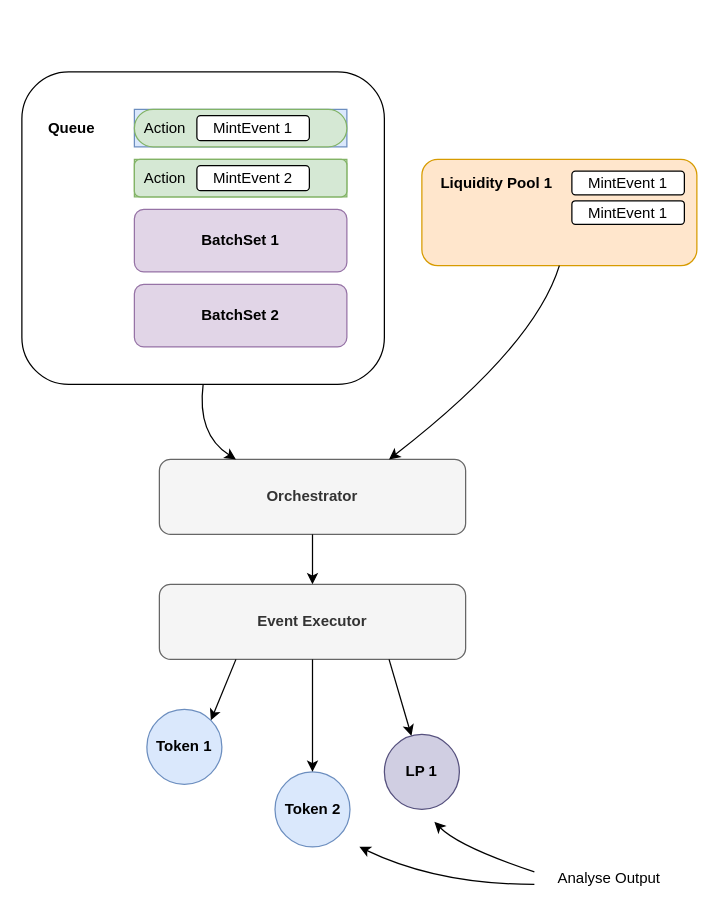
syscoin/daosys keeps this draw.io diagram as images/jupyter/tutorials/orchestrator.drawio. Above is the earlier version. Source tidied: cells renumbered, new cells numbered last; positions are measured from the earlier drawing's top-left corner, leaving out a move shared by most shapes. Both pictures are drawn from the tidied source at 125%, with x=0, y=0 at pixel (21, 71).
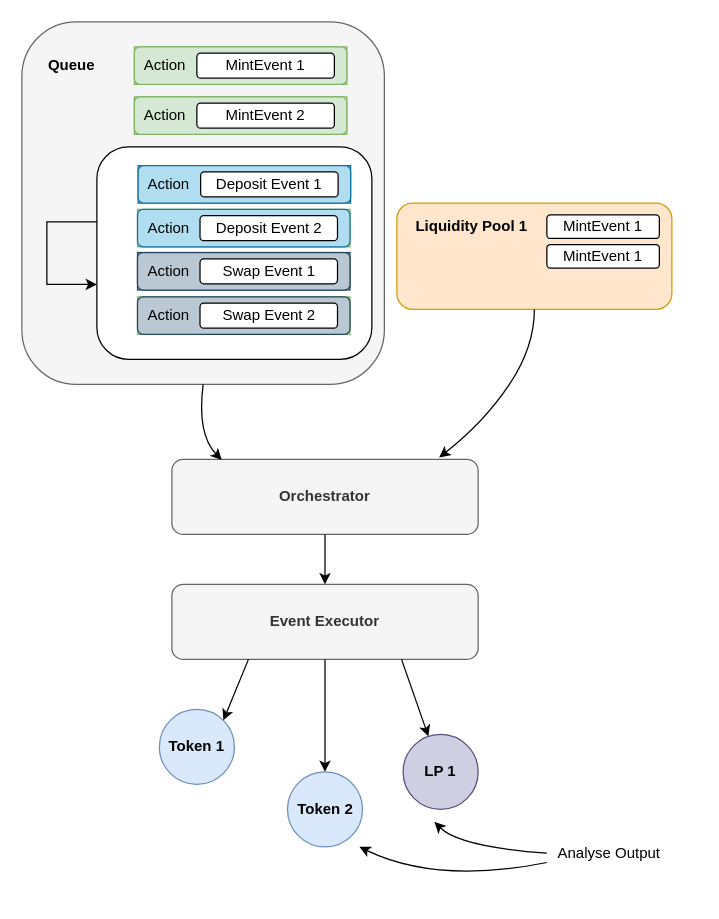
After the change.

Unchanged cells that the change refers to:
```xml
<mxCell id="15" style="rounded=1;whiteSpace=wrap;html=1;fillColor=#ffe6cc;strokeColor=#d79b00;" parent="14" vertex="1">
  <mxGeometry width="220" height="85" as="geometry" />
</mxCell>
```

Diff of the diagram source:
```diff
@@
-    <mxCell id="2" style="rounded=1;whiteSpace=wrap;html=1;" parent="1" vertex="1">
-      <mxGeometry width="290" height="250" as="geometry" />
+    <mxCell id="2" style="rounded=1;whiteSpace=wrap;html=1;fillColor=#f5f5f5;fontColor=#333333;strokeColor=#666666;" parent="1" vertex="1">
+      <mxGeometry y="-40" width="290" height="290" as="geometry" />
     </mxCell>
-    <mxCell id="3" style="group;fillColor=#dae8fc;strokeColor=#6c8ebf;" parent="1" vertex="1">
-      <mxGeometry x="90" y="30" width="170" height="30" as="geometry" />
-    </mxCell>
-    <mxCell id="4" value="&amp;nbsp; Action&amp;nbsp;" style="rounded=1;whiteSpace=wrap;html=1;align=left;fillColor=#d5e8d4;strokeColor=#82b366;arcSize=50;" parent="3" vertex="1">
-      <mxGeometry width="170" height="30" as="geometry" />
-    </mxCell>
-    <mxCell id="5" value="MintEvent 1" style="rounded=1;whiteSpace=wrap;html=1;" parent="3" vertex="1">
-      <mxGeometry x="50" y="5" width="90" height="20" as="geometry" />
-    </mxCell>
+    <mxCell id="33" style="rounded=1;whiteSpace=wrap;html=1;" parent="1" vertex="1">
+      <mxGeometry x="60" y="60" width="220" height="170" as="geometry" />
+    </mxCell>
     <mxCell id="6" style="group;fillColor=#d5e8d4;strokeColor=#82b366;" parent="1" vertex="1">
-      <mxGeometry x="90" y="70" width="170" height="30" as="geometry" />
+      <mxGeometry x="90" y="20" width="170" height="30" as="geometry" />
     </mxCell>
@@
     <mxCell id="8" value="MintEvent 2" style="rounded=1;whiteSpace=wrap;html=1;" parent="6" vertex="1">
-      <mxGeometry x="50" y="5" width="90" height="20" as="geometry" />
+      <mxGeometry x="50" y="5" width="110" height="20" as="geometry" />
     </mxCell>
     <mxCell id="9" value="&lt;b&gt;Queue&lt;/b&gt;" style="text;html=1;strokeColor=none;fillColor=none;align=center;verticalAlign=middle;whiteSpace=wrap;rounded=0;" parent="1" vertex="1">
-      <mxGeometry x="10" y="30" width="60" height="30" as="geometry" />
+      <mxGeometry x="10" y="-20" width="60" height="30" as="geometry" />
     </mxCell>
-    <mxCell id="10" style="rounded=1;whiteSpace=wrap;html=1;fillColor=#e1d5e7;strokeColor=#9673a6;" parent="1" vertex="1">
-      <mxGeometry x="90" y="110" width="170" height="50" as="geometry" />
-    </mxCell>
-    <mxCell id="11" value="&lt;b&gt;BatchSet 1&lt;/b&gt;" style="text;html=1;strokeColor=none;fillColor=none;align=center;verticalAlign=middle;whiteSpace=wrap;rounded=0;" parent="1" vertex="1">
-      <mxGeometry x="120" y="120" width="110" height="30" as="geometry" />
-    </mxCell>
-    <mxCell id="12" style="rounded=1;whiteSpace=wrap;html=1;fillColor=#e1d5e7;strokeColor=#9673a6;" parent="1" vertex="1">
-      <mxGeometry x="90" y="170" width="170" height="50" as="geometry" />
-    </mxCell>
-    <mxCell id="13" value="&lt;b&gt;BatchSet 2&lt;/b&gt;" style="text;html=1;strokeColor=none;fillColor=none;align=center;verticalAlign=middle;whiteSpace=wrap;rounded=0;" parent="1" vertex="1">
-      <mxGeometry x="120" y="180" width="110" height="30" as="geometry" />
-    </mxCell>
     <mxCell id="14" style="group;" parent="1" vertex="1">
-      <mxGeometry x="320" y="70" width="220" height="85" as="geometry" />
+      <mxGeometry x="300" y="105" width="220" height="85" as="geometry" />
     </mxCell>
@@
     <mxCell id="19" value="&lt;b&gt;Orchestrator&lt;/b&gt;" style="rounded=1;whiteSpace=wrap;html=1;fillColor=#f5f5f5;strokeColor=#666666;fontColor=#333333;" parent="1" vertex="1">
-      <mxGeometry x="110" y="310" width="245" height="60" as="geometry" />
+      <mxGeometry x="120" y="310" width="245" height="60" as="geometry" />
     </mxCell>
-    <mxCell id="20" style="curved=1;endArrow=classic;html=1;rounded=0;exitX=0.5;exitY=1;exitDx=0;exitDy=0;entryX=0.25;entryY=0;entryDx=0;entryDy=0;" parent="1" edge="1" source="2" target="19">
+    <mxCell id="20" style="curved=1;endArrow=classic;html=1;rounded=0;exitX=0.5;exitY=1;exitDx=0;exitDy=0;entryX=0.163;entryY=0.008;entryDx=0;entryDy=0;entryPerimeter=0;" parent="1" edge="1" source="2" target="19">
       <mxGeometry relative="1" as="geometry">
         <Array as="points">
           <mxPoint x="140" y="290" />
         </Array>
       </mxGeometry>
     </mxCell>
-    <mxCell id="21" style="curved=1;endArrow=classic;html=1;rounded=0;exitX=0.5;exitY=1;exitDx=0;exitDy=0;entryX=0.75;entryY=0;entryDx=0;entryDy=0;" parent="1" edge="1" source="15" target="19">
+    <mxCell id="21" style="curved=1;endArrow=classic;html=1;rounded=0;exitX=0.5;exitY=1;exitDx=0;exitDy=0;entryX=0.873;entryY=-0.025;entryDx=0;entryDy=0;entryPerimeter=0;" parent="1" edge="1" source="15" target="19">
       <mxGeometry relative="1" as="geometry">
         <Array as="points">
           <mxPoint x="410" y="220" />
+          <mxPoint x="370" y="280" />
         </Array>
       </mxGeometry>
     </mxCell>
     <mxCell id="22" value="&lt;b&gt;Event Executor&lt;/b&gt;" style="rounded=1;whiteSpace=wrap;html=1;fillColor=#f5f5f5;strokeColor=#666666;fontColor=#333333;" parent="1" vertex="1">
-      <mxGeometry x="110" y="410" width="245" height="60" as="geometry" />
+      <mxGeometry x="120" y="410" width="245" height="60" as="geometry" />
     </mxCell>
@@
     <mxCell id="24" value="&lt;b&gt;Token 1&lt;/b&gt;" style="ellipse;whiteSpace=wrap;html=1;fillColor=#dae8fc;strokeColor=#6c8ebf;" parent="1" vertex="1">
-      <mxGeometry x="100" y="510" width="60" height="60" as="geometry" />
+      <mxGeometry x="110" y="510" width="60" height="60" as="geometry" />
     </mxCell>
     <mxCell id="25" value="&lt;b&gt;Token 2&lt;/b&gt;" style="ellipse;whiteSpace=wrap;html=1;fillColor=#dae8fc;strokeColor=#6c8ebf;" parent="1" vertex="1">
-      <mxGeometry x="202.5" y="560" width="60" height="60" as="geometry" />
+      <mxGeometry x="212.5" y="560" width="60" height="60" as="geometry" />
     </mxCell>
     <mxCell id="26" value="&lt;b&gt;LP 1&lt;/b&gt;" style="ellipse;whiteSpace=wrap;html=1;fillColor=#d0cee2;strokeColor=#56517e;" parent="1" vertex="1">
-      <mxGeometry x="290" y="530" width="60" height="60" as="geometry" />
+      <mxGeometry x="305" y="530" width="60" height="60" as="geometry" />
     </mxCell>
@@
     <mxCell id="30" value="Analyse Output" style="text;html=1;strokeColor=none;fillColor=none;align=center;verticalAlign=middle;whiteSpace=wrap;rounded=0;" parent="1" vertex="1">
-      <mxGeometry x="420" y="630" width="100" height="30" as="geometry" />
+      <mxGeometry x="420" y="610" width="100" height="30" as="geometry" />
     </mxCell>
-    <mxCell id="31" style="curved=1;endArrow=classic;html=1;rounded=0;" parent="1" edge="1">
+    <mxCell id="31" style="curved=1;endArrow=classic;html=1;rounded=0;exitX=0;exitY=0.5;exitDx=0;exitDy=0;" parent="1" edge="1" source="30">
       <mxGeometry relative="1" as="geometry">
-        <mxPoint x="410" y="640" as="sourcePoint" />
         <mxPoint x="330" y="600" as="targetPoint" />
         <Array as="points">
           <mxPoint x="350" y="620" />
         </Array>
       </mxGeometry>
     </mxCell>
-    <mxCell id="32" style="curved=1;endArrow=classic;html=1;rounded=0;" parent="1" edge="1">
+    <mxCell id="32" style="curved=1;endArrow=classic;html=1;rounded=0;exitX=0;exitY=0.75;exitDx=0;exitDy=0;" parent="1" edge="1" source="30">
       <mxGeometry relative="1" as="geometry">
-        <mxPoint x="410" y="650" as="sourcePoint" />
         <mxPoint x="270" y="620" as="targetPoint" />
         <Array as="points">
           <mxPoint x="332.5" y="650" />
         </Array>
       </mxGeometry>
     </mxCell>
+    <mxCell id="34" style="group;fillColor=#b1ddf0;strokeColor=#10739e;" parent="1" vertex="1">
+      <mxGeometry x="93" y="75" width="170" height="30" as="geometry" />
+    </mxCell>
+    <mxCell id="35" value="&amp;nbsp; Action&amp;nbsp;" style="rounded=1;whiteSpace=wrap;html=1;align=left;fillColor=#b1ddf0;strokeColor=#10739e;" parent="34" vertex="1">
+      <mxGeometry width="170" height="30" as="geometry" />
+    </mxCell>
+    <mxCell id="36" value="Deposit&amp;nbsp;Event 1" style="rounded=1;whiteSpace=wrap;html=1;" parent="34" vertex="1">
+      <mxGeometry x="50" y="5" width="110" height="20" as="geometry" />
+    </mxCell>
+    <mxCell id="37" style="group;fillColor=#d5e8d4;strokeColor=#82b366;" parent="1" vertex="1">
+      <mxGeometry x="90" y="-20" width="170" height="30" as="geometry" />
+    </mxCell>
+    <mxCell id="38" value="&amp;nbsp; Action&amp;nbsp;" style="rounded=1;whiteSpace=wrap;html=1;align=left;fillColor=#d5e8d4;strokeColor=#82b366;" parent="37" vertex="1">
+      <mxGeometry width="170" height="30" as="geometry" />
+    </mxCell>
+    <mxCell id="5" value="MintEvent 1" style="rounded=1;whiteSpace=wrap;html=1;" parent="37" vertex="1">
+      <mxGeometry x="50" y="5" width="110" height="20" as="geometry" />
+    </mxCell>
+    <mxCell id="39" style="group;fillColor=#d5e8d4;strokeColor=#82b366;" parent="1" vertex="1">
+      <mxGeometry x="92.5" y="110" width="170" height="30" as="geometry" />
+    </mxCell>
+    <mxCell id="40" value="&amp;nbsp; Action&amp;nbsp;" style="rounded=1;whiteSpace=wrap;html=1;align=left;fillColor=#b1ddf0;strokeColor=#10739e;" parent="39" vertex="1">
+      <mxGeometry width="170" height="30" as="geometry" />
+    </mxCell>
+    <mxCell id="41" value="Deposit&amp;nbsp;Event 2" style="rounded=1;whiteSpace=wrap;html=1;" parent="39" vertex="1">
+      <mxGeometry x="50" y="5" width="110" height="20" as="geometry" />
+    </mxCell>
+    <mxCell id="42" style="group;fillColor=#bac8d3;strokeColor=#23445d;" parent="1" vertex="1">
+      <mxGeometry x="92.5" y="144.5" width="170" height="30" as="geometry" />
+    </mxCell>
+    <mxCell id="43" value="&amp;nbsp; Action&amp;nbsp;" style="rounded=1;whiteSpace=wrap;html=1;align=left;fillColor=#bac8d3;strokeColor=#23445d;" parent="42" vertex="1">
+      <mxGeometry width="170" height="30" as="geometry" />
+    </mxCell>
+    <mxCell id="44" value="Swap Event 1" style="rounded=1;whiteSpace=wrap;html=1;" parent="42" vertex="1">
+      <mxGeometry x="50" y="5" width="110" height="20" as="geometry" />
+    </mxCell>
+    <mxCell id="45" style="group;fillColor=#d5e8d4;strokeColor=#82b366;" parent="1" vertex="1">
+      <mxGeometry x="92.5" y="180" width="170" height="30" as="geometry" />
+    </mxCell>
+    <mxCell id="46" value="&amp;nbsp; Action&amp;nbsp;" style="rounded=1;whiteSpace=wrap;html=1;align=left;fillColor=#bac8d3;strokeColor=#23445d;" parent="45" vertex="1">
+      <mxGeometry width="170" height="30" as="geometry" />
+    </mxCell>
+    <mxCell id="47" value="Swap Event 2" style="rounded=1;whiteSpace=wrap;html=1;" parent="45" vertex="1">
+      <mxGeometry x="50" y="5" width="110" height="20" as="geometry" />
+    </mxCell>
+    <mxCell id="48" style="endArrow=classic;html=1;rounded=0;exitX=0;exitY=0.353;exitDx=0;exitDy=0;exitPerimeter=0;" parent="1" edge="1" source="33">
+      <mxGeometry relative="1" as="geometry">
+        <mxPoint x="60" y="170" as="targetPoint" />
+        <Array as="points">
+          <mxPoint x="20" y="120" />
+          <mxPoint x="20" y="145" />
+          <mxPoint x="20" y="170" />
+        </Array>
+      </mxGeometry>
+    </mxCell>
```
